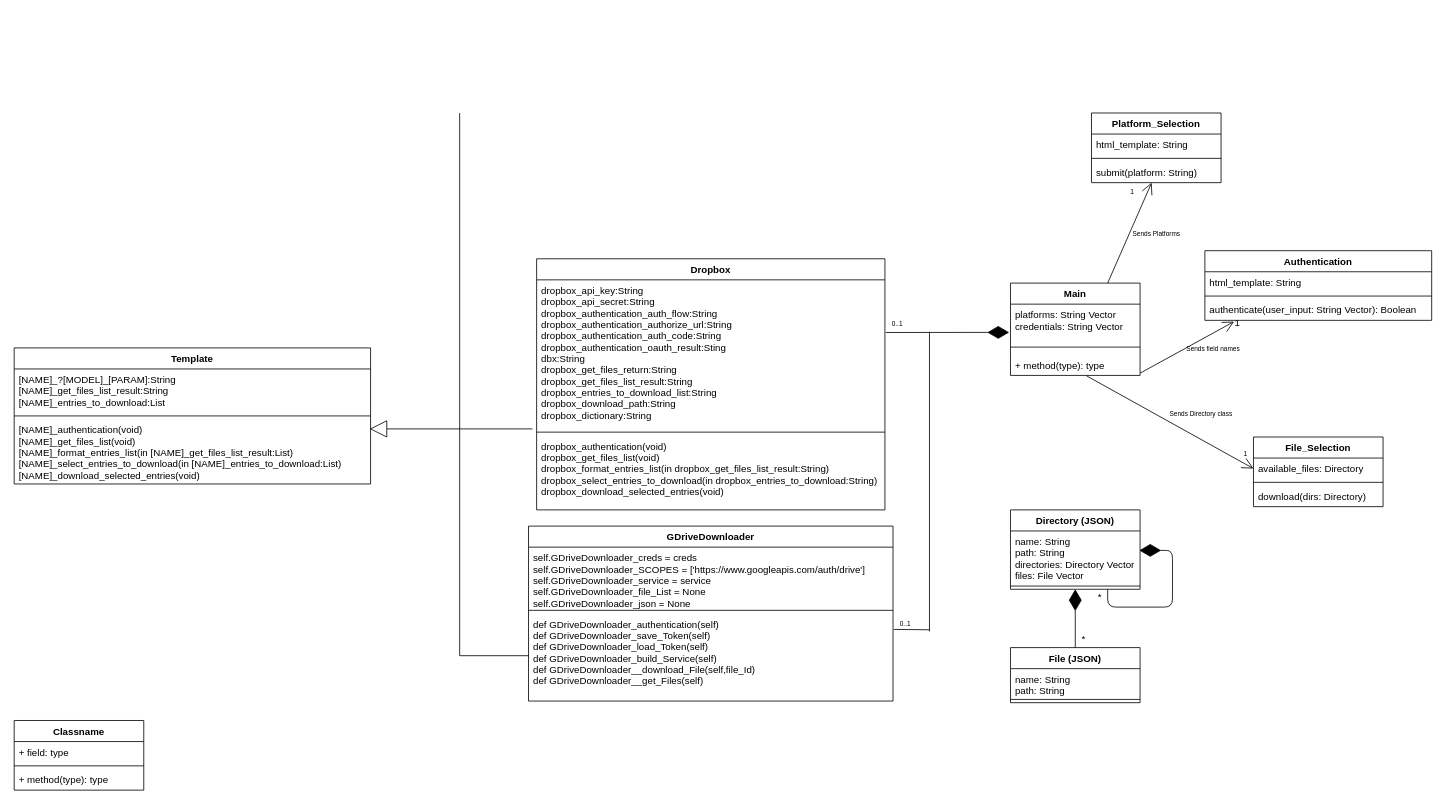
Captain-Cybeard/Capstone_Project keeps this draw.io diagram as Docs/Design/draw.io/all.drawio. Above is the earlier version. Source tidied: cells renumbered, new cells numbered last; positions are measured from the earlier drawing's top-left corner, leaving out a move shared by most shapes. Both pictures are drawn from the tidied source at 81%, with x=0, y=0 at pixel (14, 113).
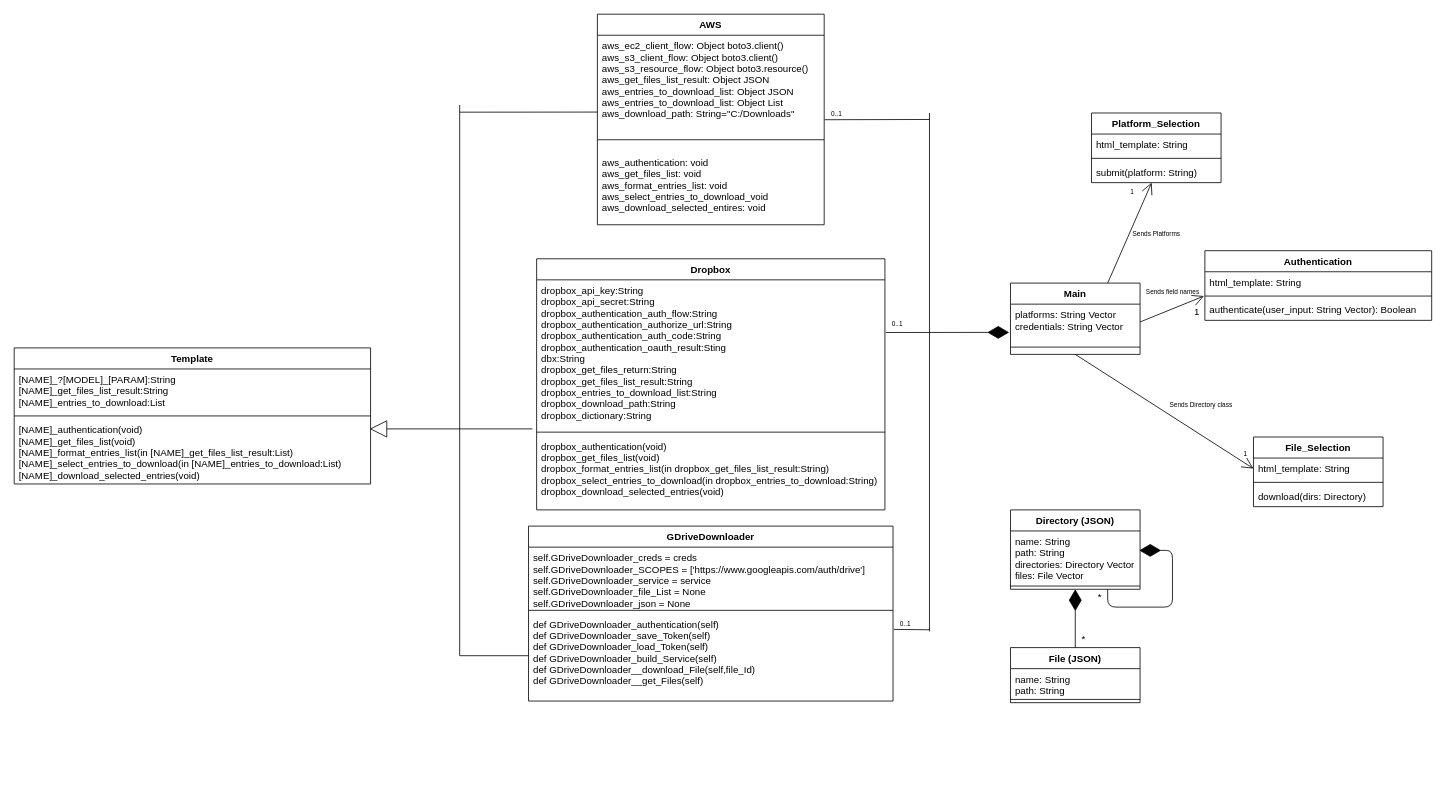
Above is the later version.

Unchanged cells that the change refers to:
```xml
<mxCell id="5" value="authenticate(user_input: String Vector): Boolean" style="text;strokeColor=none;fillColor=none;align=left;verticalAlign=top;spacingLeft=4;spacingRight=4;overflow=hidden;points=[[0,0.5],[1,0.5]];portConstraint=eastwest;" parent="2" vertex="1">
  <mxGeometry y="60" width="280" height="26" as="geometry" />
</mxCell>
<mxCell id="7" value="platforms: String Vector&#10;credentials: String Vector&#10;" style="text;strokeColor=none;fillColor=none;align=left;verticalAlign=top;spacingLeft=4;spacingRight=4;overflow=hidden;points=[[0,0.5],[1,0.5]];portConstraint=eastwest;" parent="6" vertex="1">
  <mxGeometry y="26" width="160" height="44" as="geometry" />
</mxCell>
<mxCell id="14" value="File_Selection" style="swimlane;fontStyle=1;align=center;verticalAlign=top;horizontal=1;startSize=26;" parent="1" vertex="1">
  <mxGeometry x="1530" y="400" width="160" height="86" as="geometry" />
</mxCell>
```

Change to the diagram source:
```diff
@@
     <mxCell id="6" value="Main" style="swimlane;fontStyle=1;align=center;verticalAlign=top;horizontal=1;startSize=26;" parent="1" vertex="1">
-      <mxGeometry x="1230" y="210" width="160" height="114" as="geometry" />
+      <mxGeometry x="1230" y="210" width="160" height="88" as="geometry" />
     </mxCell>
@@
-    <mxCell id="9" value="+ method(type): type" style="text;strokeColor=none;fillColor=none;align=left;verticalAlign=top;spacingLeft=4;spacingRight=4;overflow=hidden;points=[[0,0.5],[1,0.5]];portConstraint=eastwest;" parent="6" vertex="1">
-      <mxGeometry y="88" width="160" height="26" as="geometry" />
-    </mxCell>
@@
-    <mxCell id="15" value="available_files: Directory" style="text;strokeColor=none;fillColor=none;align=left;verticalAlign=top;spacingLeft=4;spacingRight=4;overflow=hidden;points=[[0,0.5],[1,0.5]];portConstraint=eastwest;" parent="14" vertex="1">
+    <mxCell id="15" value="html_template: String" style="text;strokeColor=none;fillColor=none;align=left;verticalAlign=top;spacingLeft=4;spacingRight=4;overflow=hidden;points=[[0,0.5],[1,0.5]];portConstraint=eastwest;" parent="14" vertex="1">
       <mxGeometry y="26" width="160" height="26" as="geometry" />
     </mxCell>
@@
     <mxCell id="45" style="endArrow=none;html=1;" parent="1" edge="1">
       <mxGeometry relative="1" as="geometry">
         <mxPoint x="1130" y="640" as="sourcePoint" />
-        <mxPoint x="1130" y="270" as="targetPoint" />
+        <mxPoint x="1130" as="targetPoint" />
       </mxGeometry>
     </mxCell>
@@
     <mxCell id="49" style="endArrow=none;html=1;" parent="1" edge="1">
       <mxGeometry relative="1" as="geometry">
         <mxPoint x="550" y="670" as="sourcePoint" />
-        <mxPoint x="550" as="targetPoint" />
+        <mxPoint x="550" y="-10" as="targetPoint" />
       </mxGeometry>
     </mxCell>
@@
-    <mxCell id="53" style="endArrow=open;endFill=1;endSize=12;html=1;exitX=1.001;exitY=0.889;exitDx=0;exitDy=0;exitPerimeter=0;entryX=0.129;entryY=1.058;entryDx=0;entryDy=0;entryPerimeter=0;" parent="1" edge="1" source="9" target="5">
+    <mxCell id="53" style="endArrow=open;endFill=1;endSize=12;html=1;exitX=1;exitY=0.5;exitDx=0;exitDy=0;entryX=-0.004;entryY=-0.154;entryDx=0;entryDy=0;entryPerimeter=0;" parent="1" edge="1" source="7" target="5">
       <mxGeometry relative="1" as="geometry" />
     </mxCell>
     <mxCell id="54" value="1" style="text;html=1;align=center;verticalAlign=middle;" parent="1" vertex="1">
-      <mxGeometry x="1500" y="250" width="20" height="20" as="geometry" />
+      <mxGeometry x="1450" y="236" width="20" height="20" as="geometry" />
     </mxCell>
     <mxCell id="55" value="&lt;font style=&quot;font-size: 8px&quot;&gt;Sends field names&lt;/font&gt;" style="text;html=1;align=center;verticalAlign=middle;" parent="1" vertex="1">
-      <mxGeometry x="1440" y="280" width="80" height="20" as="geometry" />
+      <mxGeometry x="1390" y="210" width="80" height="20" as="geometry" />
     </mxCell>
-    <mxCell id="56" style="endArrow=open;endFill=1;endSize=12;html=1;entryX=0;entryY=0.5;entryDx=0;entryDy=0;exitX=0.586;exitY=1.015;exitDx=0;exitDy=0;exitPerimeter=0;" parent="1" edge="1" source="9" target="15">
+    <mxCell id="56" style="endArrow=open;endFill=1;endSize=12;html=1;entryX=0;entryY=0.5;entryDx=0;entryDy=0;exitX=0.5;exitY=1;exitDx=0;exitDy=0;" parent="1" edge="1" source="6" target="15">
       <mxGeometry relative="1" as="geometry" />
     </mxCell>
@@
     <mxCell id="58" value="&lt;font style=&quot;font-size: 8px&quot;&gt;Sends Directory class&lt;/font&gt;" style="text;html=1;align=center;verticalAlign=middle;" parent="1" vertex="1">
-      <mxGeometry x="1420" y="360" width="90" height="20" as="geometry" />
+      <mxGeometry x="1420" y="350" width="90" height="20" as="geometry" />
     </mxCell>
-    <mxCell id="59" value="Classname" style="swimlane;fontStyle=1;align=center;verticalAlign=top;horizontal=1;startSize=26;" parent="1" vertex="1">
-      <mxGeometry y="750" width="160" height="86" as="geometry" />
+    <mxCell id="59" value="AWS" style="swimlane;fontStyle=1;align=center;verticalAlign=top;horizontal=1;startSize=26;" parent="1" vertex="1">
+      <mxGeometry x="720" y="-122" width="280" height="260" as="geometry" />
     </mxCell>
-    <mxCell id="60" value="+ field: type" style="text;strokeColor=none;fillColor=none;align=left;verticalAlign=top;spacingLeft=4;spacingRight=4;overflow=hidden;points=[[0,0.5],[1,0.5]];portConstraint=eastwest;" parent="59" vertex="1">
-      <mxGeometry y="26" width="160" height="26" as="geometry" />
+    <mxCell id="60" value="aws_ec2_client_flow: Object boto3.client()&#10;aws_s3_client_flow: Object boto3.client()&#10;aws_s3_resource_flow: Object boto3.resource()&#10;aws_get_files_list_result: Object JSON&#10;aws_entries_to_download_list: Object JSON&#10;aws_entries_to_download_list: Object List&#10;aws_download_path: String=&quot;C:/Downloads&quot;" style="text;strokeColor=none;fillColor=none;align=left;verticalAlign=top;spacingLeft=4;spacingRight=4;overflow=hidden;points=[[0,0.5],[1,0.5]];portConstraint=eastwest;" parent="59" vertex="1">
+      <mxGeometry y="26" width="280" height="114" as="geometry" />
     </mxCell>
     <mxCell id="61" style="line;strokeWidth=1;fillColor=none;align=left;verticalAlign=middle;spacingTop=-1;spacingLeft=3;spacingRight=3;labelPosition=right;" parent="59" vertex="1">
-      <mxGeometry y="52" width="160" height="8" as="geometry" />
+      <mxGeometry y="140" width="280" height="30" as="geometry" />
     </mxCell>
-    <mxCell id="62" value="+ method(type): type" style="text;strokeColor=none;fillColor=none;align=left;verticalAlign=top;spacingLeft=4;spacingRight=4;overflow=hidden;" parent="59" vertex="1">
-      <mxGeometry y="60" width="160" height="26" as="geometry" />
+    <mxCell id="62" value="aws_authentication: void&#10;aws_get_files_list: void&#10;aws_format_entries_list: void&#10;aws_select_entries_to_download_void&#10;aws_download_selected_entires: void" style="text;strokeColor=none;fillColor=none;align=left;verticalAlign=top;spacingLeft=4;spacingRight=4;overflow=hidden;" parent="59" vertex="1">
+      <mxGeometry y="170" width="280" height="90" as="geometry" />
     </mxCell>
+    <mxCell id="63" style="endArrow=none;html=1;entryX=0;entryY=0.832;entryDx=0;entryDy=0;entryPerimeter=0;" parent="1" edge="1" target="60">
+      <mxGeometry relative="1" as="geometry">
+        <mxPoint x="550" y="-1" as="sourcePoint" />
+      </mxGeometry>
+    </mxCell>
+    <mxCell id="64" value="&lt;font style=&quot;font-size: 8px&quot;&gt;0..1&lt;/font&gt;" style="text;html=1;align=center;verticalAlign=middle;" parent="1" vertex="1">
+      <mxGeometry x="1000" y="-10" width="30" height="20" as="geometry" />
+    </mxCell>
+    <mxCell id="65" style="endArrow=none;html=1;exitX=1.002;exitY=0.915;exitDx=0;exitDy=0;exitPerimeter=0;" parent="1" edge="1" source="60">
+      <mxGeometry relative="1" as="geometry">
+        <mxPoint x="1130" y="8" as="targetPoint" />
+      </mxGeometry>
+    </mxCell>
```
